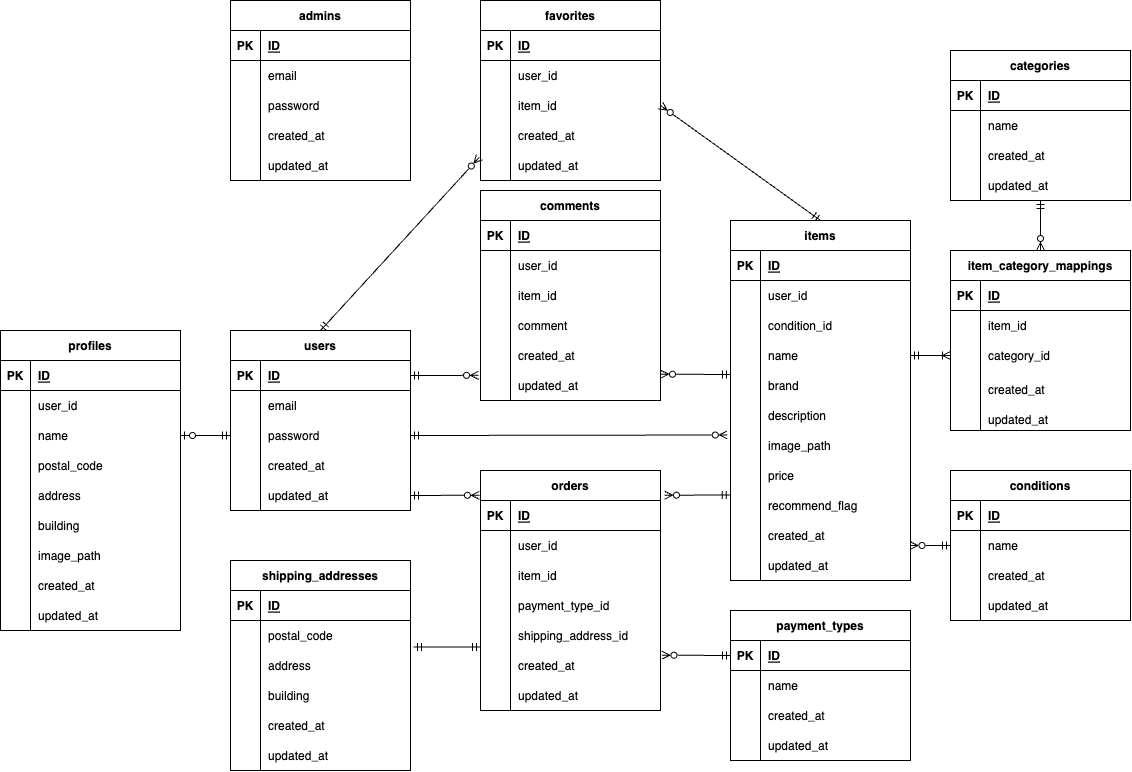
Before: src/flea-market.drawio.png, a diagram exported from draw.io (aida39/flea-market). Source tidied: cells renumbered, new cells last; positions are measured from the earlier drawing's top-left corner, leaving out a move shared by most shapes.
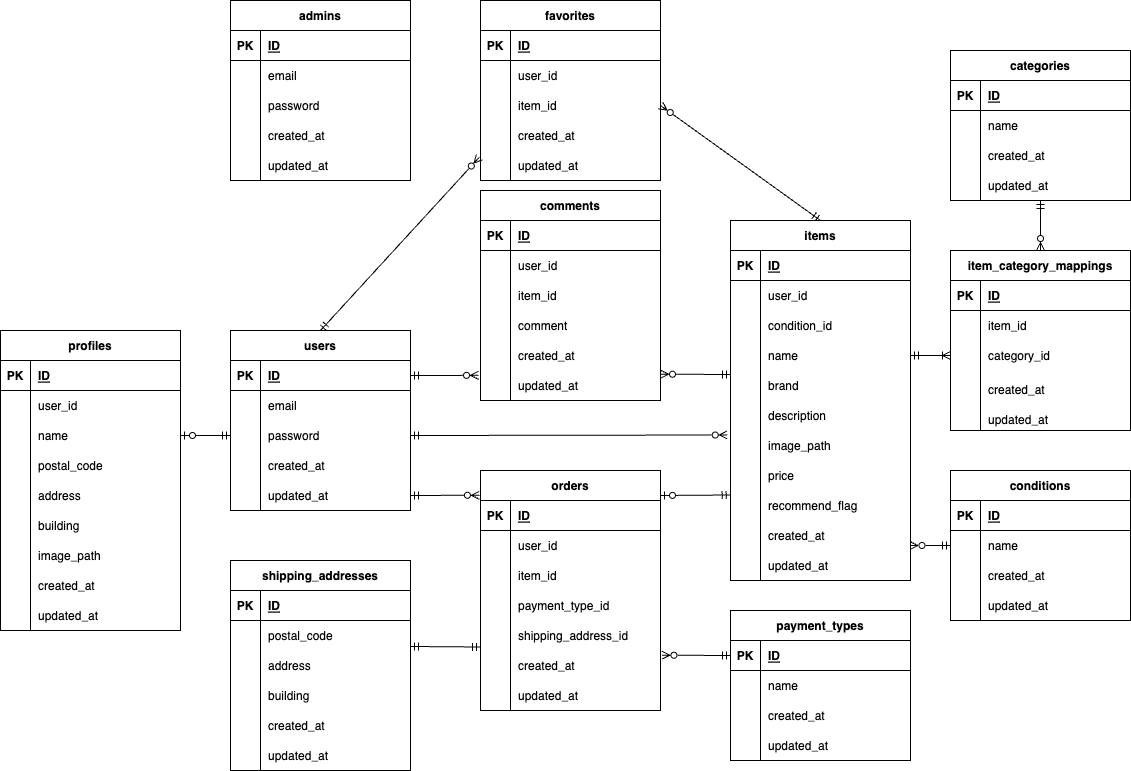
The same diagram one commit later.

What changed in the source:
```diff
@@ -574,8 +574,10 @@
     <mxCell id="191" style="edgeStyle=none;html=1;exitX=1;exitY=0.5;exitDx=0;exitDy=0;entryX=-0.006;entryY=0.103;entryDx=0;entryDy=0;entryPerimeter=0;startArrow=ERmandOne;startFill=0;endArrow=ERzeroToMany;endFill=0;" parent="1" edge="1" source="16" target="169">
       <mxGeometry relative="1" as="geometry" />
     </mxCell>
-    <mxCell id="192" style="edgeStyle=none;html=1;exitX=-0.002;exitY=0.15;exitDx=0;exitDy=0;entryX=1.022;entryY=0.103;entryDx=0;entryDy=0;entryPerimeter=0;startArrow=ERmandOne;startFill=0;endArrow=ERzeroToMany;endFill=0;exitPerimeter=0;" parent="1" edge="1" source="61" target="169">
-      <mxGeometry relative="1" as="geometry" />
+    <mxCell id="192" style="edgeStyle=none;html=1;exitX=-0.002;exitY=0.15;exitDx=0;exitDy=0;startArrow=ERmandOne;startFill=0;endArrow=ERzeroToOne;endFill=0;exitPerimeter=0;" parent="1" edge="1" source="61">
+      <mxGeometry relative="1" as="geometry">
+        <mxPoint x="660" y="495" as="targetPoint" />
+      </mxGeometry>
     </mxCell>
     <mxCell id="193" value="payment_types" style="shape=table;startSize=30;rowLines=0;fontStyle=1;align=center;" parent="1" vertex="1">
       <mxGeometry x="730" y="610" width="180" height="150" as="geometry" />
@@ -676,8 +678,10 @@
     <mxCell id="225" style="edgeStyle=none;html=1;exitX=0;exitY=0.5;exitDx=0;exitDy=0;entryX=1;entryY=0.5;entryDx=0;entryDy=0;" parent="1" edge="1" source="185">
       <mxGeometry relative="1" as="geometry" />
     </mxCell>
-    <mxCell id="226" style="edgeStyle=none;html=1;exitX=0;exitY=0.883;exitDx=0;exitDy=0;entryX=1.016;entryY=0.883;entryDx=0;entryDy=0;entryPerimeter=0;startArrow=ERmandOne;startFill=0;endArrow=ERmandOne;endFill=0;exitPerimeter=0;" parent="1" edge="1" source="182" target="210">
-      <mxGeometry relative="1" as="geometry" />
+    <mxCell id="226" style="edgeStyle=none;html=1;exitX=0;exitY=0.883;exitDx=0;exitDy=0;startArrow=ERmandOne;startFill=0;endArrow=ERmandOne;endFill=0;exitPerimeter=0;" parent="1" edge="1" source="182">
+      <mxGeometry relative="1" as="geometry">
+        <mxPoint x="410" y="646" as="targetPoint" />
+      </mxGeometry>
     </mxCell>
     <mxCell id="227" style="edgeStyle=none;html=1;exitX=0;exitY=0.5;exitDx=0;exitDy=0;entryX=1.008;entryY=0.156;entryDx=0;entryDy=0;startArrow=ERmandOne;startFill=0;endArrow=ERzeroToMany;endFill=0;entryPerimeter=0;" parent="1" edge="1" source="194" target="185">
       <mxGeometry relative="1" as="geometry" />
```
